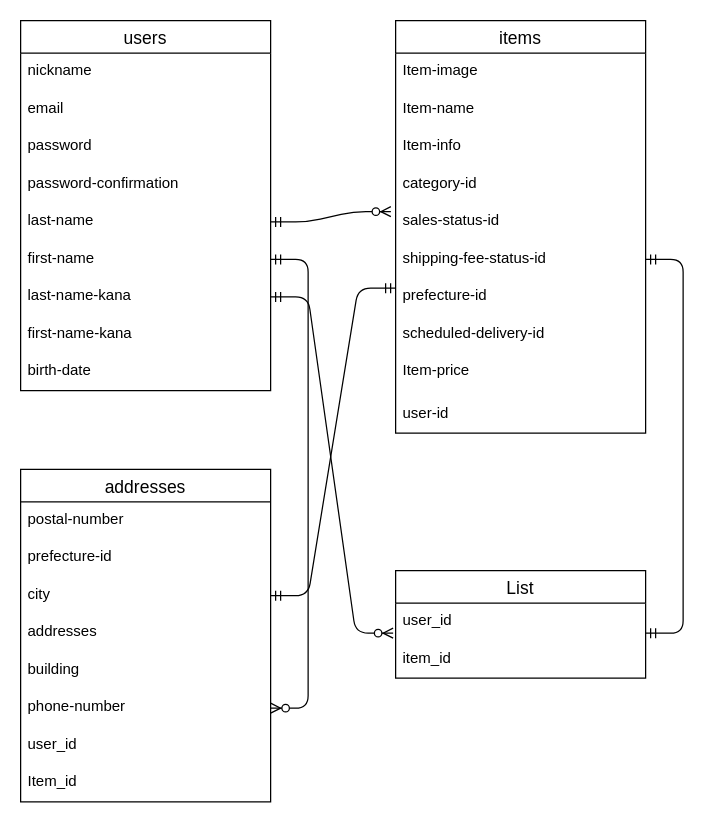
The draw.io diagram test.dio in hhhaaruu/furima-38630, before the edit. Source tidied: cells renumbered, new cells numbered last; positions are measured from the earlier drawing's top-left corner, leaving out a move shared by most shapes. Both pictures are drawn from the tidied source at 125%, with x=0, y=0 at pixel (20, 20).
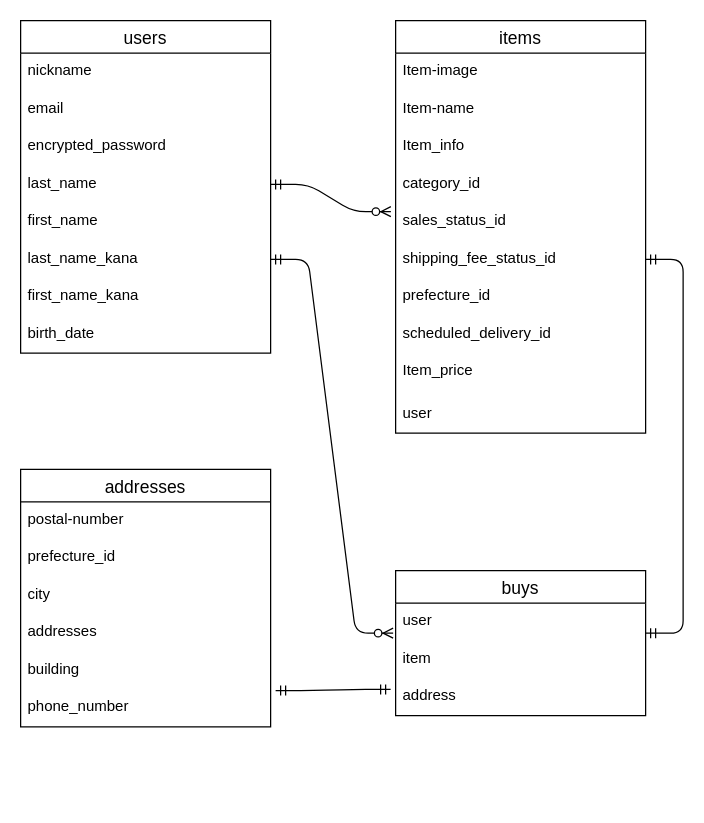
Above is the later version.

Commit message (it also covers changes not shown here):
DB設計　修正実施一回目

Unchanged cells that the change refers to:
```xml
<mxCell id="12" value="items" style="swimlane;fontStyle=0;horizontal=1;startSize=26;align=center;fontSize=14;" parent="1" vertex="1">
  <mxGeometry x="300" width="200" height="330" as="geometry" />
</mxCell>
<mxCell id="27" value="city" style="text;strokeColor=none;fillColor=none;spacingLeft=4;spacingRight=4;overflow=hidden;points=[[0,0.5],[1,0.5]];portConstraint=eastwest;fontSize=12;" parent="24" vertex="1">
  <mxGeometry y="86" width="200" height="30" as="geometry" />
</mxCell>
```

Change to the diagram source:
```diff
@@
     <mxCell id="2" value="users" style="swimlane;fontStyle=0;horizontal=1;startSize=26;align=center;fontSize=14;" parent="1" vertex="1">
-      <mxGeometry width="200" height="296" as="geometry" />
+      <mxGeometry width="200" height="266" as="geometry" />
     </mxCell>
@@
-    <mxCell id="5" value="password" style="text;strokeColor=none;fillColor=none;spacingLeft=4;spacingRight=4;overflow=hidden;fontSize=12;" parent="2" vertex="1">
+    <mxCell id="5" value="encrypted_password" style="text;strokeColor=none;fillColor=none;spacingLeft=4;spacingRight=4;overflow=hidden;fontSize=12;" parent="2" vertex="1">
       <mxGeometry y="86" width="200" height="30" as="geometry" />
     </mxCell>
-    <mxCell id="6" value="password-confirmation" style="text;strokeColor=none;fillColor=none;spacingLeft=4;spacingRight=4;overflow=hidden;fontSize=12;" parent="2" vertex="1">
-      <mxGeometry y="116" width="200" height="30" as="geometry" />
-    </mxCell>
-    <mxCell id="7" value="last-name" style="text;strokeColor=none;fillColor=none;spacingLeft=4;spacingRight=4;overflow=hidden;points=[[0,0.5],[1,0.5]];portConstraint=eastwest;fontSize=12;" parent="2" vertex="1">
-      <mxGeometry y="146" width="200" height="30" as="geometry" />
+    <mxCell id="7" value="last_name" style="text;strokeColor=none;fillColor=none;spacingLeft=4;spacingRight=4;overflow=hidden;points=[[0,0.5],[1,0.5]];portConstraint=eastwest;fontSize=12;" parent="2" vertex="1">
+      <mxGeometry y="116" width="200" height="30" as="geometry" />
     </mxCell>
-    <mxCell id="8" value="first-name" style="text;strokeColor=none;fillColor=none;spacingLeft=4;spacingRight=4;overflow=hidden;points=[[0,0.5],[1,0.5]];portConstraint=eastwest;fontSize=12;" parent="2" vertex="1">
-      <mxGeometry y="176" width="200" height="30" as="geometry" />
+    <mxCell id="8" value="first_name" style="text;strokeColor=none;fillColor=none;spacingLeft=4;spacingRight=4;overflow=hidden;points=[[0,0.5],[1,0.5]];portConstraint=eastwest;fontSize=12;" parent="2" vertex="1">
+      <mxGeometry y="146" width="200" height="30" as="geometry" />
     </mxCell>
-    <mxCell id="9" value="last-name-kana" style="text;strokeColor=none;fillColor=none;spacingLeft=4;spacingRight=4;overflow=hidden;points=[[0,0.5],[1,0.5]];portConstraint=eastwest;fontSize=12;" parent="2" vertex="1">
-      <mxGeometry y="206" width="200" height="30" as="geometry" />
+    <mxCell id="9" value="last_name_kana" style="text;strokeColor=none;fillColor=none;spacingLeft=4;spacingRight=4;overflow=hidden;points=[[0,0.5],[1,0.5]];portConstraint=eastwest;fontSize=12;" parent="2" vertex="1">
+      <mxGeometry y="176" width="200" height="30" as="geometry" />
     </mxCell>
-    <mxCell id="10" value="first-name-kana" style="text;strokeColor=none;fillColor=none;spacingLeft=4;spacingRight=4;overflow=hidden;fontSize=12;" parent="2" vertex="1">
-      <mxGeometry y="236" width="200" height="30" as="geometry" />
+    <mxCell id="10" value="first_name_kana" style="text;strokeColor=none;fillColor=none;spacingLeft=4;spacingRight=4;overflow=hidden;fontSize=12;" parent="2" vertex="1">
+      <mxGeometry y="206" width="200" height="30" as="geometry" />
     </mxCell>
-    <mxCell id="11" value="birth-date" style="text;strokeColor=none;fillColor=none;spacingLeft=4;spacingRight=4;overflow=hidden;fontSize=12;" parent="2" vertex="1">
-      <mxGeometry y="266" width="200" height="30" as="geometry" />
+    <mxCell id="11" value="birth_date" style="text;strokeColor=none;fillColor=none;spacingLeft=4;spacingRight=4;overflow=hidden;fontSize=12;" parent="2" vertex="1">
+      <mxGeometry y="236" width="200" height="30" as="geometry" />
     </mxCell>
@@
-    <mxCell id="15" value="Item-info" style="text;strokeColor=none;fillColor=none;spacingLeft=4;spacingRight=4;overflow=hidden;fontSize=12;" parent="12" vertex="1">
+    <mxCell id="15" value="Item_info" style="text;strokeColor=none;fillColor=none;spacingLeft=4;spacingRight=4;overflow=hidden;fontSize=12;" parent="12" vertex="1">
       <mxGeometry y="86" width="200" height="30" as="geometry" />
     </mxCell>
-    <mxCell id="16" value="category-id" style="text;strokeColor=none;fillColor=none;spacingLeft=4;spacingRight=4;overflow=hidden;fontSize=12;" parent="12" vertex="1">
+    <mxCell id="16" value="category_id" style="text;strokeColor=none;fillColor=none;spacingLeft=4;spacingRight=4;overflow=hidden;fontSize=12;" parent="12" vertex="1">
       <mxGeometry y="116" width="200" height="30" as="geometry" />
     </mxCell>
-    <mxCell id="17" value="sales-status-id" style="text;strokeColor=none;fillColor=none;spacingLeft=4;spacingRight=4;overflow=hidden;points=[[0,0.5],[1,0.5]];portConstraint=eastwest;fontSize=12;" parent="12" vertex="1">
+    <mxCell id="17" value="sales_status_id" style="text;strokeColor=none;fillColor=none;spacingLeft=4;spacingRight=4;overflow=hidden;points=[[0,0.5],[1,0.5]];portConstraint=eastwest;fontSize=12;" parent="12" vertex="1">
       <mxGeometry y="146" width="200" height="30" as="geometry" />
     </mxCell>
-    <mxCell id="18" value="shipping-fee-status-id" style="text;strokeColor=none;fillColor=none;spacingLeft=4;spacingRight=4;overflow=hidden;points=[[0,0.5],[1,0.5]];portConstraint=eastwest;fontSize=12;" parent="12" vertex="1">
+    <mxCell id="18" value="shipping_fee_status_id" style="text;strokeColor=none;fillColor=none;spacingLeft=4;spacingRight=4;overflow=hidden;points=[[0,0.5],[1,0.5]];portConstraint=eastwest;fontSize=12;" parent="12" vertex="1">
       <mxGeometry y="176" width="200" height="30" as="geometry" />
     </mxCell>
-    <mxCell id="19" value="prefecture-id" style="text;strokeColor=none;fillColor=none;spacingLeft=4;spacingRight=4;overflow=hidden;points=[[0,0.5],[1,0.5]];portConstraint=eastwest;fontSize=12;" parent="12" vertex="1">
+    <mxCell id="19" value="prefecture_id" style="text;strokeColor=none;fillColor=none;spacingLeft=4;spacingRight=4;overflow=hidden;points=[[0,0.5],[1,0.5]];portConstraint=eastwest;fontSize=12;" parent="12" vertex="1">
       <mxGeometry y="206" width="200" height="30" as="geometry" />
     </mxCell>
-    <mxCell id="20" value="scheduled-delivery-id" style="text;strokeColor=none;fillColor=none;spacingLeft=4;spacingRight=4;overflow=hidden;fontSize=12;" parent="12" vertex="1">
+    <mxCell id="20" value="scheduled_delivery_id" style="text;strokeColor=none;fillColor=none;spacingLeft=4;spacingRight=4;overflow=hidden;fontSize=12;" parent="12" vertex="1">
       <mxGeometry y="236" width="200" height="30" as="geometry" />
     </mxCell>
-    <mxCell id="21" value="Item-price" style="text;strokeColor=none;fillColor=none;spacingLeft=4;spacingRight=4;overflow=hidden;fontSize=12;" parent="12" vertex="1">
+    <mxCell id="21" value="Item_price" style="text;strokeColor=none;fillColor=none;spacingLeft=4;spacingRight=4;overflow=hidden;fontSize=12;" parent="12" vertex="1">
       <mxGeometry y="266" width="200" height="34" as="geometry" />
     </mxCell>
-    <mxCell id="22" value="user-id" style="text;strokeColor=none;fillColor=none;spacingLeft=4;spacingRight=4;overflow=hidden;fontSize=12;" parent="12" vertex="1">
+    <mxCell id="22" value="user" style="text;strokeColor=none;fillColor=none;spacingLeft=4;spacingRight=4;overflow=hidden;fontSize=12;" parent="12" vertex="1">
       <mxGeometry y="300" width="200" height="30" as="geometry" />
     </mxCell>
@@
     <mxCell id="24" value="addresses" style="swimlane;fontStyle=0;horizontal=1;startSize=26;align=center;fontSize=14;" parent="1" vertex="1">
-      <mxGeometry y="359" width="200" height="266" as="geometry" />
+      <mxGeometry y="359" width="200" height="206" as="geometry" />
     </mxCell>
@@
-    <mxCell id="26" value="prefecture-id" style="text;strokeColor=none;fillColor=none;spacingLeft=4;spacingRight=4;overflow=hidden;fontSize=12;" parent="24" vertex="1">
+    <mxCell id="26" value="prefecture_id" style="text;strokeColor=none;fillColor=none;spacingLeft=4;spacingRight=4;overflow=hidden;fontSize=12;" parent="24" vertex="1">
       <mxGeometry y="56" width="200" height="30" as="geometry" />
     </mxCell>
@@
-    <mxCell id="30" value="phone-number" style="text;strokeColor=none;fillColor=none;spacingLeft=4;spacingRight=4;overflow=hidden;points=[[0,0.5],[1,0.5]];portConstraint=eastwest;fontSize=12;" parent="24" vertex="1">
+    <mxCell id="30" value="phone_number" style="text;strokeColor=none;fillColor=none;spacingLeft=4;spacingRight=4;overflow=hidden;points=[[0,0.5],[1,0.5]];portConstraint=eastwest;fontSize=12;" parent="24" vertex="1">
       <mxGeometry y="176" width="200" height="30" as="geometry" />
     </mxCell>
-    <mxCell id="31" value="user_id" style="text;strokeColor=none;fillColor=none;spacingLeft=4;spacingRight=4;overflow=hidden;fontSize=12;" parent="24" vertex="1">
-      <mxGeometry y="206" width="200" height="30" as="geometry" />
-    </mxCell>
-    <mxCell id="32" value="Item_id" style="text;strokeColor=none;fillColor=none;spacingLeft=4;spacingRight=4;overflow=hidden;fontSize=12;" parent="24" vertex="1">
-      <mxGeometry y="236" width="200" height="30" as="geometry" />
-    </mxCell>
-    <mxCell id="33" style="edgeStyle=entityRelationEdgeStyle;fontSize=12;html=1;endArrow=ERmandOne;startArrow=ERmandOne;exitX=1;exitY=0.5;exitDx=0;exitDy=0;entryX=0;entryY=0.267;entryDx=0;entryDy=0;entryPerimeter=0;endSize=6;targetPerimeterSpacing=0;" parent="1" edge="1" source="27" target="19">
-      <mxGeometry relative="1" as="geometry" />
-    </mxCell>
-    <mxCell id="34" value="List" style="swimlane;fontStyle=0;horizontal=1;startSize=26;align=center;fontSize=14;" parent="1" vertex="1">
-      <mxGeometry x="300" y="440" width="200" height="86" as="geometry" />
+    <mxCell id="34" value="buys" style="swimlane;fontStyle=0;horizontal=1;startSize=26;align=center;fontSize=14;" parent="1" vertex="1">
+      <mxGeometry x="300" y="440" width="200" height="116" as="geometry" />
     </mxCell>
-    <mxCell id="35" value="user_id" style="text;strokeColor=none;fillColor=none;spacingLeft=4;spacingRight=4;overflow=hidden;points=[[0,0.5],[1,0.5]];portConstraint=eastwest;fontSize=12;" parent="34" vertex="1">
+    <mxCell id="35" value="user" style="text;strokeColor=none;fillColor=none;spacingLeft=4;spacingRight=4;overflow=hidden;points=[[0,0.5],[1,0.5]];portConstraint=eastwest;fontSize=12;" parent="34" vertex="1">
       <mxGeometry y="26" width="200" height="30" as="geometry" />
     </mxCell>
-    <mxCell id="36" value="item_id" style="text;strokeColor=none;fillColor=none;spacingLeft=4;spacingRight=4;overflow=hidden;fontSize=12;" parent="34" vertex="1">
+    <mxCell id="36" value="item" style="text;strokeColor=none;fillColor=none;spacingLeft=4;spacingRight=4;overflow=hidden;fontSize=12;" parent="34" vertex="1">
       <mxGeometry y="56" width="200" height="30" as="geometry" />
     </mxCell>
+    <mxCell id="40" value="address" style="text;strokeColor=none;fillColor=none;spacingLeft=4;spacingRight=4;overflow=hidden;points=[[0,0.5],[1,0.5]];portConstraint=eastwest;fontSize=12;" parent="34" vertex="1">
+      <mxGeometry y="86" width="200" height="30" as="geometry" />
+    </mxCell>
@@
-    <mxCell id="39" style="edgeStyle=entityRelationEdgeStyle;fontSize=12;html=1;endArrow=ERzeroToMany;startArrow=ERmandOne;exitX=1;exitY=0.5;exitDx=0;exitDy=0;entryX=1;entryY=0.5;entryDx=0;entryDy=0;" parent="1" edge="1" source="8" target="30">
-      <mxGeometry relative="1" as="geometry" />
-    </mxCell>
+    <mxCell id="41" style="edgeStyle=entityRelationEdgeStyle;fontSize=12;html=1;endArrow=ERmandOne;startArrow=ERmandOne;entryX=-0.02;entryY=0.3;entryDx=0;entryDy=0;entryPerimeter=0;exitX=1.02;exitY=0.033;exitDx=0;exitDy=0;exitPerimeter=0;" parent="1" edge="1" source="30" target="40">
+      <mxGeometry relative="1" as="geometry" />
+    </mxCell>
```
